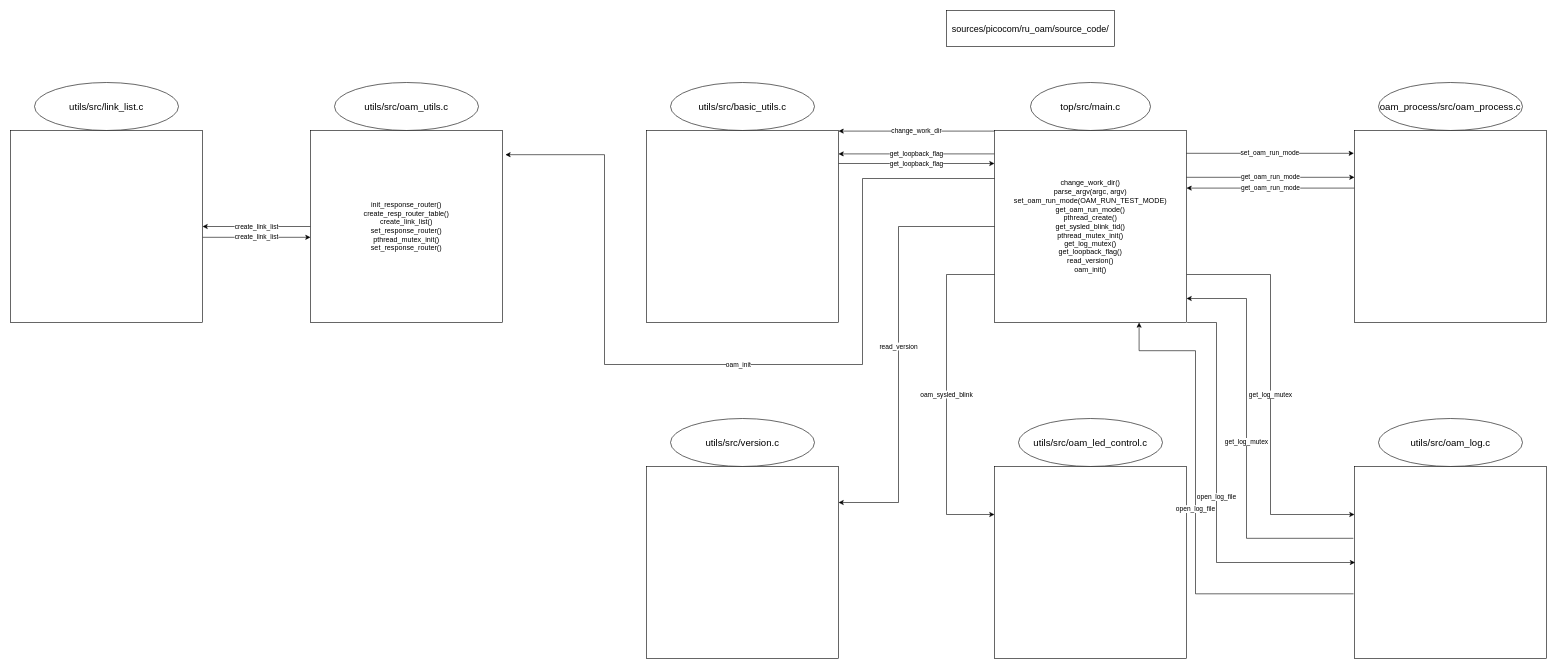
Danny-Kwon/draw keeps this draw.io diagram as ru_oam.drawio. Above is the earlier version. Source tidied: cells renumbered, new cells numbered last; positions are measured from the earlier drawing's top-left corner, leaving out a move shared by most shapes. Both pictures are drawn from the tidied source at 60%, with x=0, y=0 at pixel (10, 10).
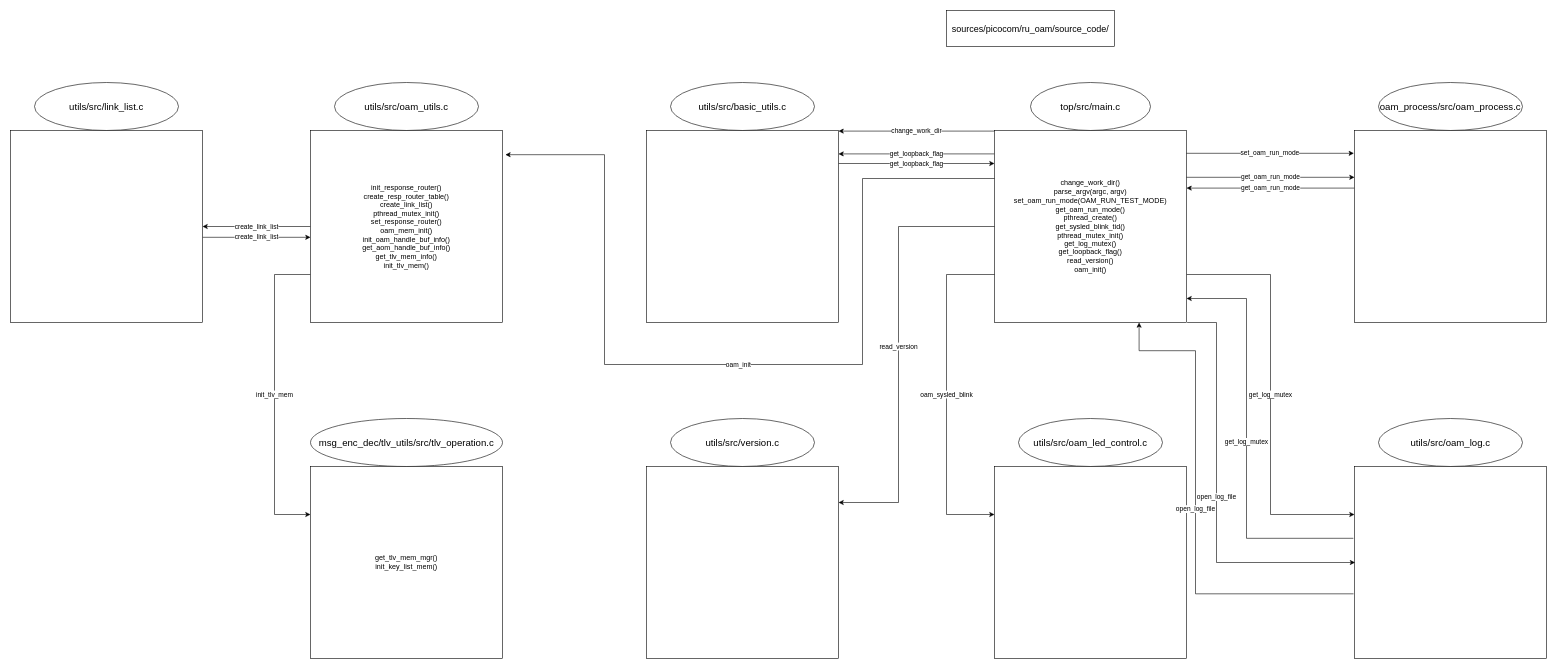
Above is the later version.

Diff of the diagram source:
```diff
@@
+    <mxCell id="34" value="init_tlv_mem" style="edgeStyle=orthogonalEdgeStyle;rounded=0;jettySize=auto;html=1;exitX=0;exitY=0.75;exitDx=0;exitDy=0;entryX=0;entryY=0.25;entryDx=0;entryDy=0;" parent="1" edge="1" source="29" target="36">
+      <mxGeometry relative="1" as="geometry">
+        <Array as="points">
+          <mxPoint x="440" y="440" />
+          <mxPoint x="440" y="840" />
+        </Array>
+      </mxGeometry>
+    </mxCell>
-    <mxCell id="29" value="init_response_router()&lt;div&gt;create_resp_router_table()&lt;/div&gt;&lt;div&gt;create_link_list()&lt;/div&gt;&lt;div&gt;set_response_router()&lt;/div&gt;&lt;div&gt;pthread_mutex_init()&lt;/div&gt;&lt;div&gt;set_response_router()&lt;/div&gt;" style="whiteSpace=wrap;html=1;" parent="1" vertex="1">
+    <mxCell id="29" value="init_response_router()&lt;div&gt;create_resp_router_table()&lt;/div&gt;&lt;div&gt;create_link_list()&lt;/div&gt;&lt;div&gt;pthread_mutex_init()&lt;/div&gt;&lt;div&gt;set_response_router()&lt;/div&gt;&lt;div&gt;oam_mem_init()&lt;/div&gt;&lt;div&gt;init_oam_handle_buf_info()&lt;/div&gt;&lt;div&gt;get_aom_handle_buf_info()&lt;/div&gt;&lt;div&gt;get_tlv_mem_info()&lt;/div&gt;&lt;div&gt;init_tlv_mem()&lt;/div&gt;" style="whiteSpace=wrap;html=1;" parent="1" vertex="1">
       <mxGeometry x="500" y="200" width="320" height="320" as="geometry" />
     </mxCell>
@@
+    <mxCell id="35" value="msg_enc_dec/tlv_utils/src/tlv_operation.c" style="ellipse;whiteSpace=wrap;html=1;fontSize=16;" parent="1" vertex="1">
+      <mxGeometry x="500" y="680" width="320" height="80" as="geometry" />
+    </mxCell>
+    <mxCell id="36" value="&lt;div&gt;get_tlv_mem_mgr()&lt;/div&gt;&lt;div&gt;init_key_list_mem()&lt;/div&gt;" style="whiteSpace=wrap;html=1;" parent="1" vertex="1">
+      <mxGeometry x="500" y="760" width="320" height="320" as="geometry" />
+    </mxCell>
```
